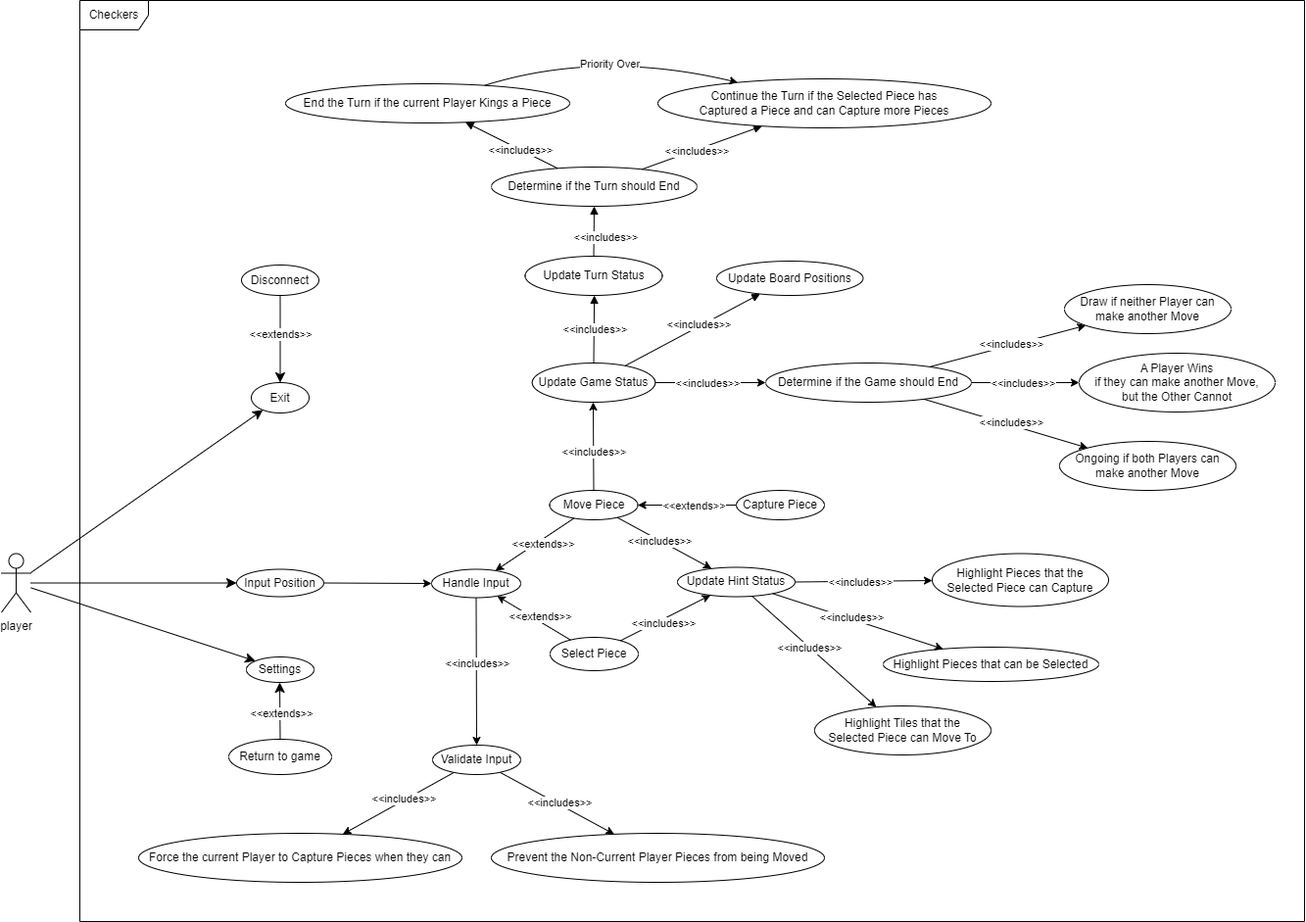
This is Use_Case_Checkers.drawio.png from illiteratewaffle/RetroArcade, a draw.io export, as it was before one commit. Source tidied: cells renumbered, new cells last; positions are measured from the earlier drawing's top-left corner, leaving out a move shared by most shapes.
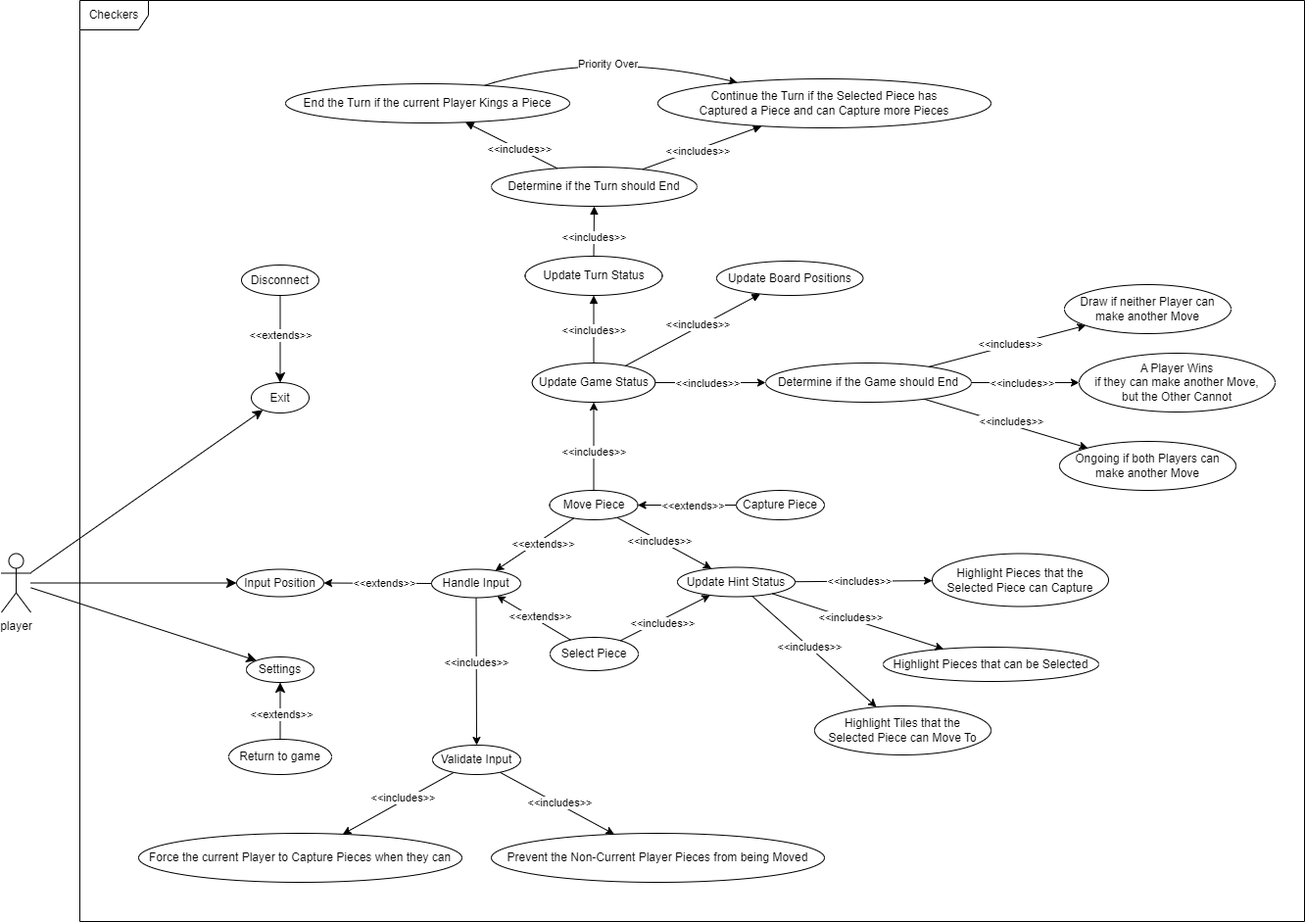
The same file after the commit.

Commit message:
Updated the exported Use Case Diagram for Checkers accordingly.

The edit, as a diff of the source:
```diff
@@ -79,9 +79,7 @@
       <mxGeometry relative="1" as="geometry" />
     </mxCell>
     <mxCell id="26" value="&amp;lt;&amp;lt;includes&amp;gt;&amp;gt;" style="edgeLabel;html=1;align=center;verticalAlign=middle;" parent="25" vertex="1">
-      <mxGeometry x="-0.23" relative="1" as="geometry">
-        <mxPoint x="11" as="offset" />
-      </mxGeometry>
+      <mxGeometry x="-0.23" relative="1" as="geometry" />
     </mxCell>
     <mxCell id="27" value="Determine if the Turn should End" style="ellipse;whiteSpace=wrap;html=1;" parent="1" vertex="1">
       <mxGeometry x="500" y="170" width="210" height="40" as="geometry" />
@@ -116,9 +114,14 @@
         <mxPoint x="16" y="3" as="offset" />
       </mxGeometry>
     </mxCell>
-    <mxCell id="36" style="endArrow=classic;html=1;rounded=0;" parent="1" edge="1" source="8" target="11">
+    <mxCell id="36" style="endArrow=classic;html=1;rounded=0;" parent="1" edge="1" source="11" target="8">
       <mxGeometry relative="1" as="geometry" />
     </mxCell>
+    <mxCell id="82" value="&amp;lt;&amp;lt;extends&amp;gt;&amp;gt;" style="edgeLabel;html=1;align=center;verticalAlign=middle;" parent="36" vertex="1">
+      <mxGeometry x="0.04" y="-1" relative="1" as="geometry">
+        <mxPoint x="8" y="1" as="offset" />
+      </mxGeometry>
+    </mxCell>
     <mxCell id="37" style="rounded=0;jettySize=auto;html=1;" parent="1" edge="1" source="41" target="42">
       <mxGeometry relative="1" as="geometry" />
     </mxCell>
```
